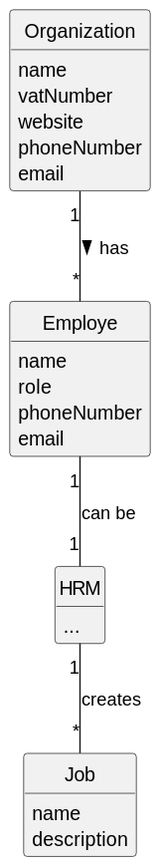
This is docs/sprintC/us023/02.analysis/svg/us002-domain-model.svg from Departamento-de-Engenharia-Informatica/greenspace-management, a PlantUML export, as it was before one commit.
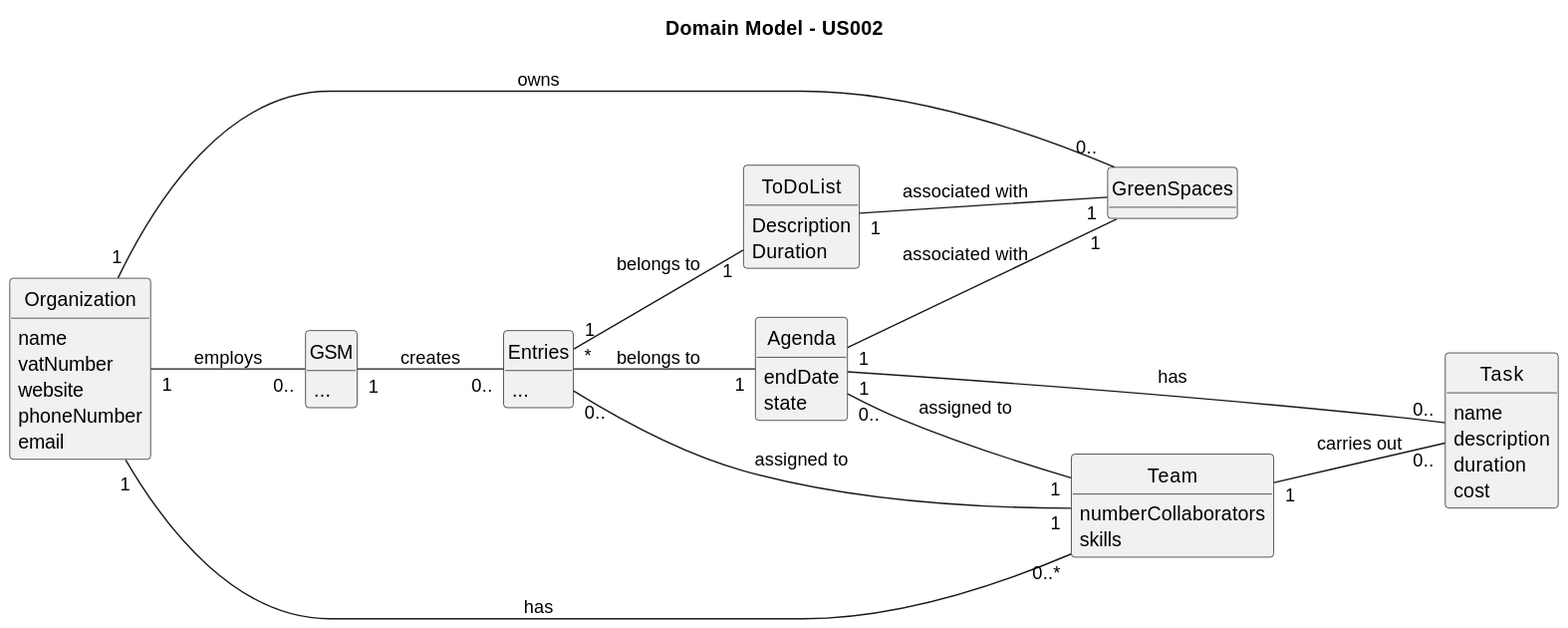
The same file after the commit.

Change to the diagram source:
```diff
@@ -2,40 +2,69 @@
 skinparam monochrome true
 skinparam packageStyle rectangle
 skinparam shadowing false
-
-
 skinparam classAttributeIconSize 0
-
 hide circle
 hide methods
 
+title Domain Model - US002
 
+left to right direction
 
 class Organization {
-    name
-    vatNumber
-    website
-    phoneNumber
-    email
+name
+vatNumber
+website
+phoneNumber
+email
 }
 
-class Employe {
-    name
-    role
-    phoneNumber
-    email
-}
-class HRM {
-    ...
-}
-class Job {
-    name
-    description
+class GSM {
+...
 }
 
+class GreenSpaces {
+}
 
-Employe "1" -- "1" HRM : can be
-Organization "1" -- "*" Employe : has >
+class Task {
+name
+description
+duration
+cost
+}
 
-HRM "1" -- "*" Job : creates
+class Agenda {
+endDate
+state
+}
+
+class Team {
+numberCollaborators
+skills
+}
+
+class ToDoList {
+Description
+Duration
+}
+
+class Entries {
+...
+}
+
+Organization "1" -- "0.." GreenSpaces : owns
+Organization "1" -- "0.." GSM : employs
+Organization "1" -- "0..*" Team : has
+
+GSM "1" -- "0.." Entries : creates
+Entries "1" -- "1" ToDoList : belongs to
+Entries "*" -- "1" Agenda : belongs to
+
+Agenda "1" -- "0.." Task : has
+Agenda "1" -- "1" GreenSpaces : associated with
+Agenda "0.." -- "1" Team : assigned to
+
+ToDoList "1" -- "1" GreenSpaces : associated with
+
+Team "1" -- "0.." Task : carries out
+Team "1" -- "0.." Entries : assigned to
 @enduml
```
